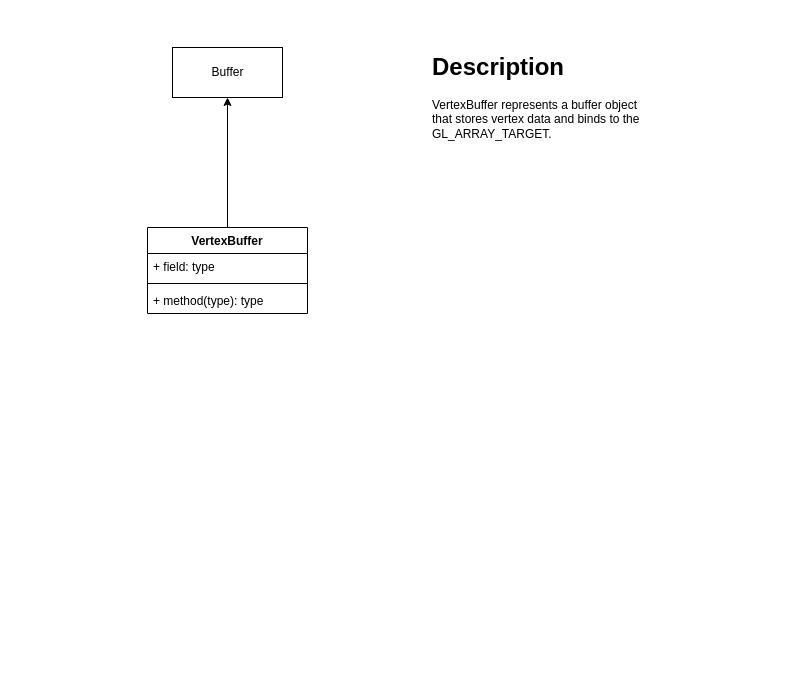
LowFire/blazer3d keeps this draw.io diagram as docs/VertexBuffer.drawio. Above is the earlier version. Source tidied: cells renumbered, new cells numbered last; positions are measured from the earlier drawing's top-left corner, leaving out a move shared by most shapes. Both pictures are drawn from the tidied source at 100%, with x=0, y=0 at pixel (147, 47).
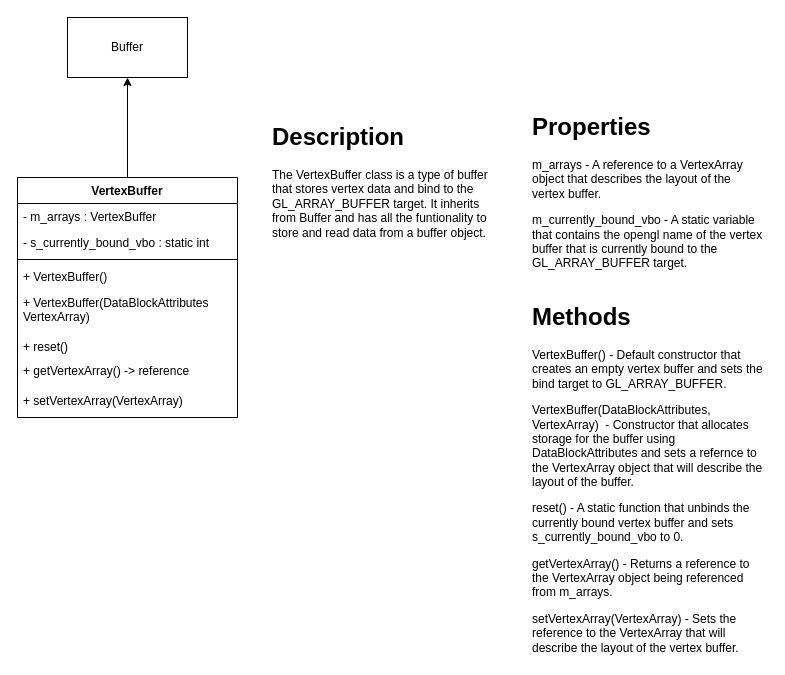
The same diagram, later.

Commit message (it also covers changes not shown here):
Added function stubs and tests.

Diff of the diagram source:
```diff
@@
 <mxGraphModel>
   <root>
     <mxCell id="0" />
     <mxCell id="1" parent="0" />
+    <mxCell id="4" value="VertexBuffer" style="swimlane;fontStyle=1;align=center;verticalAlign=top;horizontal=1;startSize=26;" parent="1" vertex="1">
+      <mxGeometry x="-130" y="130" width="220" height="240" as="geometry" />
+    </mxCell>
+    <mxCell id="9" value="- m_arrays : VertexBuffer" style="text;strokeColor=none;fillColor=none;align=left;verticalAlign=top;spacingLeft=4;spacingRight=4;overflow=hidden;" parent="4" vertex="1">
+      <mxGeometry y="26" width="220" height="26" as="geometry" />
+    </mxCell>
+    <mxCell id="10" value="- s_currently_bound_vbo : static int" style="text;strokeColor=none;fillColor=none;align=left;verticalAlign=top;spacingLeft=4;spacingRight=4;overflow=hidden;" parent="4" vertex="1">
+      <mxGeometry y="52" width="220" height="26" as="geometry" />
+    </mxCell>
+    <mxCell id="11" style="line;strokeWidth=1;fillColor=none;align=left;verticalAlign=middle;spacingTop=-1;spacingLeft=3;spacingRight=3;labelPosition=right;" parent="4" vertex="1">
+      <mxGeometry y="78" width="220" height="8" as="geometry" />
+    </mxCell>
+    <mxCell id="12" value="+ VertexBuffer()" style="text;strokeColor=none;fillColor=none;align=left;verticalAlign=top;spacingLeft=4;spacingRight=4;overflow=hidden;" parent="4" vertex="1">
+      <mxGeometry y="86" width="220" height="26" as="geometry" />
+    </mxCell>
+    <mxCell id="13" value="+ VertexBuffer(DataBlockAttributes&#10;VertexArray)" style="text;strokeColor=none;fillColor=none;align=left;verticalAlign=top;spacingLeft=4;spacingRight=4;overflow=hidden;" parent="4" vertex="1">
+      <mxGeometry y="112" width="220" height="44" as="geometry" />
+    </mxCell>
+    <mxCell id="14" value="+ reset()" style="text;strokeColor=none;fillColor=none;align=left;verticalAlign=top;spacingLeft=4;spacingRight=4;overflow=hidden;" parent="4" vertex="1">
+      <mxGeometry y="156" width="220" height="24" as="geometry" />
+    </mxCell>
+    <mxCell id="15" value="+ getVertexArray() -&gt; reference" style="text;strokeColor=none;fillColor=none;align=left;verticalAlign=top;spacingLeft=4;spacingRight=4;overflow=hidden;" parent="4" vertex="1">
+      <mxGeometry y="180" width="220" height="30" as="geometry" />
+    </mxCell>
+    <mxCell id="16" value="+ setVertexArray(VertexArray)" style="text;strokeColor=none;fillColor=none;align=left;verticalAlign=top;spacingLeft=4;spacingRight=4;overflow=hidden;" parent="4" vertex="1">
+      <mxGeometry y="210" width="220" height="30" as="geometry" />
+    </mxCell>
-    <mxCell id="2" value="Buffer" style="html=1;" parent="1" vertex="1">
-      <mxGeometry x="25" width="110" height="50" as="geometry" />
+    <mxCell id="2" value="Buffer" style="rounded=0;whiteSpace=wrap;html=1;" parent="1" vertex="1">
+      <mxGeometry x="-80" y="-30" width="120" height="60" as="geometry" />
     </mxCell>
-    <mxCell id="3" style="edgeStyle=orthogonalEdgeStyle;rounded=0;jettySize=auto;html=1;" parent="1" edge="1" source="4" target="2">
+    <mxCell id="3" style="endArrow=classic;html=1;" parent="1" edge="1" source="4" target="2">
       <mxGeometry relative="1" as="geometry" />
     </mxCell>
-    <mxCell id="4" value="VertexBuffer" style="swimlane;fontStyle=1;align=center;verticalAlign=top;horizontal=1;startSize=26;" parent="1" vertex="1">
-      <mxGeometry y="180" width="160" height="86" as="geometry" />
-    </mxCell>
-    <mxCell id="5" value="+ field: type" style="text;strokeColor=none;fillColor=none;align=left;verticalAlign=top;spacingLeft=4;spacingRight=4;overflow=hidden;" parent="4" vertex="1">
-      <mxGeometry y="26" width="160" height="26" as="geometry" />
-    </mxCell>
-    <mxCell id="6" style="line;strokeWidth=1;fillColor=none;align=left;verticalAlign=middle;spacingTop=-1;spacingLeft=3;spacingRight=3;labelPosition=right;" parent="4" vertex="1">
-      <mxGeometry y="52" width="160" height="8" as="geometry" />
-    </mxCell>
-    <mxCell id="7" value="+ method(type): type" style="text;strokeColor=none;fillColor=none;align=left;verticalAlign=top;spacingLeft=4;spacingRight=4;overflow=hidden;" parent="4" vertex="1">
-      <mxGeometry y="60" width="160" height="26" as="geometry" />
-    </mxCell>
-    <mxCell id="8" value="&lt;h1&gt;Description&lt;/h1&gt;&lt;p&gt;VertexBuffer represents a buffer object that stores vertex data and binds to the GL_ARRAY_TARGET.&lt;/p&gt;" style="text;html=1;strokeColor=none;fillColor=none;spacing=5;spacingTop=-20;whiteSpace=wrap;overflow=hidden;rounded=0;" parent="1" vertex="1">
-      <mxGeometry x="280" width="220" height="240" as="geometry" />
-    </mxCell>
+    <mxCell id="17" value="&lt;h1&gt;Description&lt;/h1&gt;&lt;p&gt;The VertexBuffer class is a type of buffer that stores vertex data and bind to the GL_ARRAY_BUFFER target. It inherits from Buffer and has all the funtionality to store and read data from a buffer object.&lt;/p&gt;" style="text;html=1;strokeColor=none;fillColor=none;spacing=5;spacingTop=-20;whiteSpace=wrap;overflow=hidden;rounded=0;" parent="1" vertex="1">
+      <mxGeometry x="120" y="70" width="240" height="150" as="geometry" />
+    </mxCell>
+    <mxCell id="18" value="&lt;h1&gt;Methods&lt;/h1&gt;&lt;p&gt;VertexBuffer() - Default constructor that creates an empty vertex buffer and sets the bind target to GL_ARRAY_BUFFER.&lt;/p&gt;&lt;p&gt;VertexBuffer(DataBlockAttributes, VertexArray&lt;span&gt;)&amp;nbsp; - Constructor that allocates storage for the buffer using DataBlockAttributes and sets a refernce to the VertexArray object that will describe the layout of the buffer.&lt;/span&gt;&lt;/p&gt;&lt;p&gt;&lt;span&gt;reset() - A static function that unbinds the currently bound vertex buffer and sets s_currently_bound_vbo to 0.&lt;/span&gt;&lt;/p&gt;&lt;p&gt;&lt;span&gt;getVertexArray() - Returns a reference to the VertexArray object being referenced from m_arrays.&lt;/span&gt;&lt;/p&gt;&lt;p&gt;setVertexArray(VertexArray) - Sets the reference to the VertexArray that will describe the layout of the vertex buffer.&lt;/p&gt;" style="text;html=1;strokeColor=none;fillColor=none;spacing=5;spacingTop=-20;whiteSpace=wrap;overflow=hidden;rounded=0;" parent="1" vertex="1">
+      <mxGeometry x="380" y="250" width="240" height="360" as="geometry" />
+    </mxCell>
+    <mxCell id="19" value="&lt;h1&gt;Properties&lt;/h1&gt;&lt;p&gt;m_arrays - A reference to a VertexArray object that describes the layout of the vertex buffer.&lt;/p&gt;&lt;p&gt;m_currently_bound_vbo - A static variable that contains the opengl name of the vertex buffer that is currently bound to the GL_ARRAY_BUFFER target.&lt;/p&gt;" style="text;html=1;strokeColor=none;fillColor=none;spacing=5;spacingTop=-20;whiteSpace=wrap;overflow=hidden;rounded=0;" parent="1" vertex="1">
+      <mxGeometry x="380" y="60" width="240" height="180" as="geometry" />
+    </mxCell>
   </root>
 </mxGraphModel>
```
